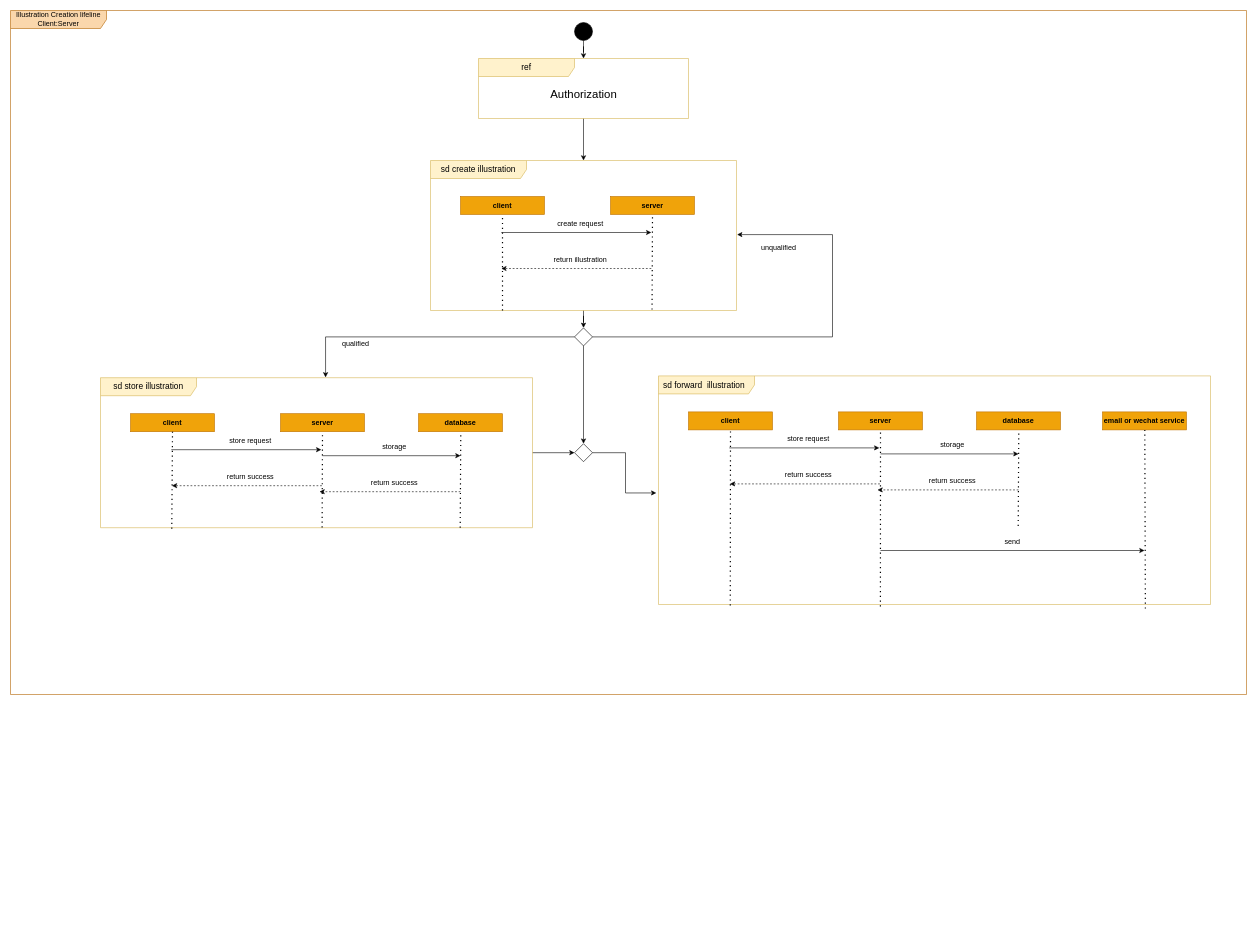
This is Documentation/Interaction Diagram/illustration creation ID.drawio from Darrenchenn/Model-based-software-design, a draw.io file, before an edit. Source tidied: cells renumbered, new cells numbered last; positions are measured from the earlier drawing's top-left corner, leaving out a move shared by most shapes. Both pictures are drawn from the tidied source at 60%, with x=0, y=0 at pixel (10, 10).
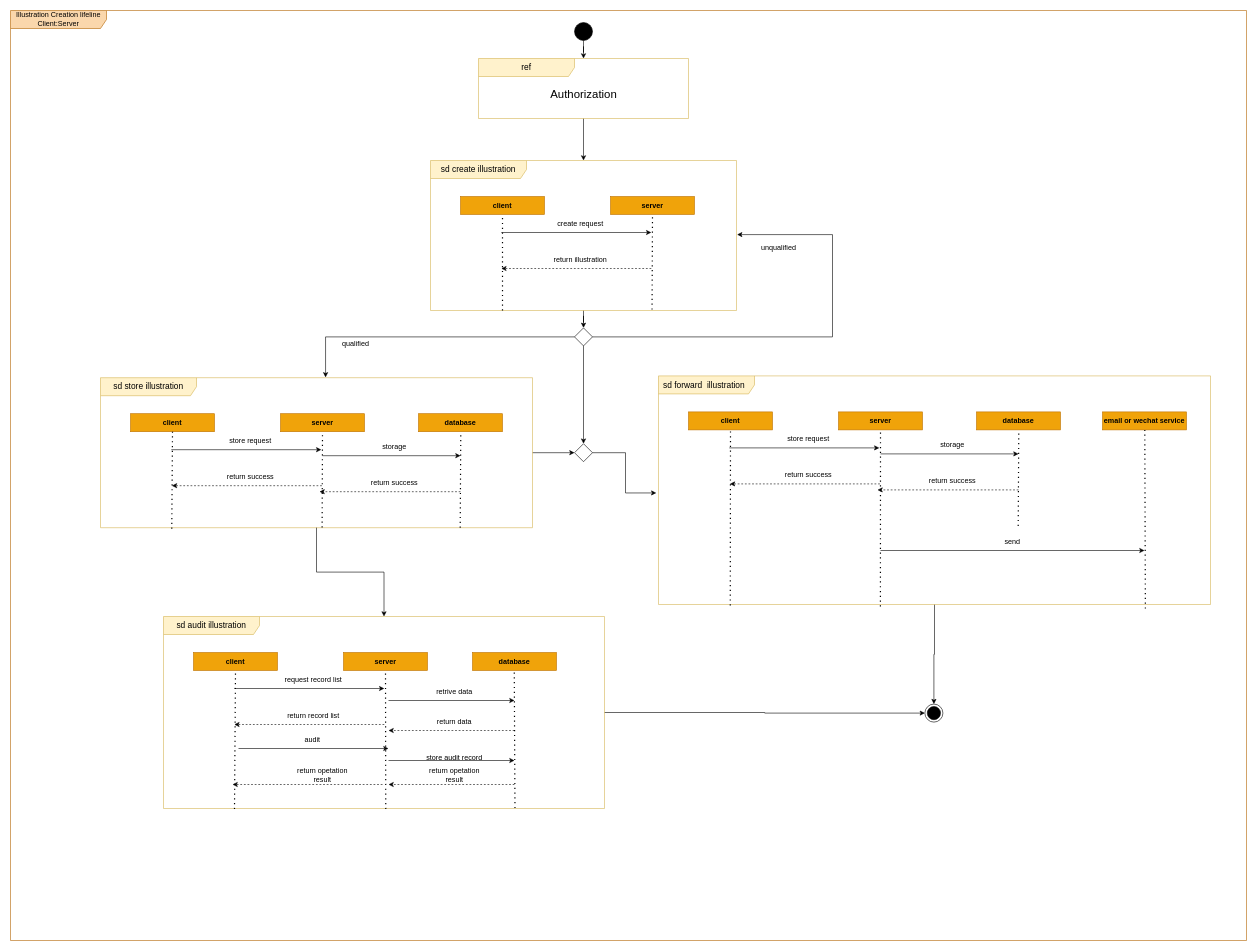
The same page after the edit.

Commit message:
add illustration creation interaction diagram

Unchanged cells that the change refers to:
```xml
<mxCell id="17" value="sd store illustration" style="shape=umlFrame;whiteSpace=wrap;html=1;width=160;fillColor=#fff2cc;strokeColor=#d6b656;swimlaneFillColor=none;fontSize=14;" parent="2" vertex="1">
  <mxGeometry x="150" y="612" width="720" height="250" as="geometry" />
</mxCell>
<mxCell id="36" value="sd forward&amp;nbsp; illustration&amp;nbsp;&amp;nbsp;" style="shape=umlFrame;whiteSpace=wrap;html=1;width=160;fillColor=#fff2cc;strokeColor=#d6b656;swimlaneFillColor=none;fontSize=14;" parent="2" vertex="1">
  <mxGeometry x="1080" y="609" width="920" height="381" as="geometry" />
</mxCell>
```

The edit, as a diff of the source:
```diff
@@
     <mxCell id="2" value="Illustration Creation&amp;nbsp;lifeline Client:Server" style="shape=umlFrame;whiteSpace=wrap;html=1;width=160;fillColor=#fad7ac;strokeColor=#b46504;" parent="1" vertex="1">
-      <mxGeometry width="2060" height="1140" as="geometry" />
+      <mxGeometry width="2060" height="1550" as="geometry" />
     </mxCell>
@@
+    <mxCell id="61" style="edgeStyle=orthogonalEdgeStyle;rounded=0;jettySize=auto;html=1;entryX=0.5;entryY=0;entryDx=0;entryDy=0;" parent="2" edge="1" source="36" target="86">
+      <mxGeometry relative="1" as="geometry" />
+    </mxCell>
@@
+    <mxCell id="62" style="edgeStyle=orthogonalEdgeStyle;rounded=0;jettySize=auto;html=1;entryX=0;entryY=0.5;entryDx=0;entryDy=0;" parent="2" edge="1" source="63" target="86">
+      <mxGeometry relative="1" as="geometry" />
+    </mxCell>
+    <mxCell id="63" value="sd audit illustration" style="shape=umlFrame;whiteSpace=wrap;html=1;width=160;fillColor=#fff2cc;strokeColor=#d6b656;swimlaneFillColor=none;fontSize=14;" parent="2" vertex="1">
+      <mxGeometry x="255" y="1010" width="735" height="320" as="geometry" />
+    </mxCell>
+    <mxCell id="64" value="client" style="fontStyle=1;whiteSpace=wrap;html=1;fillColor=#f0a30a;fontColor=#000000;strokeColor=#BD7000;" parent="63" vertex="1">
+      <mxGeometry x="50" y="60" width="140" height="30" as="geometry" />
+    </mxCell>
+    <mxCell id="65" value="server" style="fontStyle=1;whiteSpace=wrap;html=1;fillColor=#f0a30a;fontColor=#000000;strokeColor=#BD7000;" parent="63" vertex="1">
+      <mxGeometry x="300" y="60" width="140" height="30" as="geometry" />
+    </mxCell>
+    <mxCell id="66" style="endArrow=none;dashed=1;html=1;dashPattern=1 3;strokeWidth=2;rounded=0;entryX=0.5;entryY=1;entryDx=0;entryDy=0;exitX=0.161;exitY=1.003;exitDx=0;exitDy=0;exitPerimeter=0;" parent="63" edge="1" source="63" target="64">
+      <mxGeometry relative="1" as="geometry" />
+    </mxCell>
+    <mxCell id="67" style="endArrow=none;dashed=1;html=1;dashPattern=1 3;strokeWidth=2;rounded=0;exitX=0.504;exitY=1.003;exitDx=0;exitDy=0;exitPerimeter=0;entryX=0.5;entryY=1;entryDx=0;entryDy=0;" parent="63" edge="1" source="63" target="65">
+      <mxGeometry relative="1" as="geometry" />
+    </mxCell>
+    <mxCell id="68" value="request record list" style="text;html=1;strokeColor=none;fillColor=none;align=center;verticalAlign=middle;whiteSpace=wrap;rounded=0;" parent="63" vertex="1">
+      <mxGeometry x="200" y="90" width="100" height="30" as="geometry" />
+    </mxCell>
+    <mxCell id="69" value="return record list" style="text;html=1;strokeColor=none;fillColor=none;align=center;verticalAlign=middle;whiteSpace=wrap;rounded=0;" parent="63" vertex="1">
+      <mxGeometry x="200" y="150" width="100" height="30" as="geometry" />
+    </mxCell>
+    <mxCell id="70" value="database" style="fontStyle=1;whiteSpace=wrap;html=1;fillColor=#f0a30a;fontColor=#000000;strokeColor=#BD7000;" parent="63" vertex="1">
+      <mxGeometry x="515" y="60" width="140" height="30" as="geometry" />
+    </mxCell>
+    <mxCell id="71" style="endArrow=none;dashed=1;html=1;dashPattern=1 3;strokeWidth=2;rounded=0;entryX=0.5;entryY=1;entryDx=0;entryDy=0;exitX=0.797;exitY=0.998;exitDx=0;exitDy=0;exitPerimeter=0;" parent="63" edge="1" source="63">
+      <mxGeometry relative="1" as="geometry">
+        <mxPoint x="584.6" y="90" as="targetPoint" />
+      </mxGeometry>
+    </mxCell>
+    <mxCell id="72" style="endArrow=classic;html=1;rounded=0;" parent="63" edge="1">
+      <mxGeometry relative="1" as="geometry">
+        <mxPoint x="375" y="140" as="sourcePoint" />
+        <mxPoint x="585" y="140" as="targetPoint" />
+      </mxGeometry>
+    </mxCell>
+    <mxCell id="73" value="retrive data" style="text;html=1;strokeColor=none;fillColor=none;align=center;verticalAlign=middle;whiteSpace=wrap;rounded=0;" parent="63" vertex="1">
+      <mxGeometry x="435" y="110" width="100" height="30" as="geometry" />
+    </mxCell>
+    <mxCell id="74" value="return data" style="text;html=1;strokeColor=none;fillColor=none;align=center;verticalAlign=middle;whiteSpace=wrap;rounded=0;" parent="63" vertex="1">
+      <mxGeometry x="435" y="160" width="100" height="30" as="geometry" />
+    </mxCell>
+    <mxCell id="75" style="endArrow=classic;html=1;rounded=0;" parent="63" edge="1">
+      <mxGeometry relative="1" as="geometry">
+        <mxPoint x="125" y="220" as="sourcePoint" />
+        <mxPoint x="375" y="220" as="targetPoint" />
+      </mxGeometry>
+    </mxCell>
+    <mxCell id="76" value="audit&amp;nbsp;" style="text;html=1;strokeColor=none;fillColor=none;align=center;verticalAlign=middle;whiteSpace=wrap;rounded=0;" parent="63" vertex="1">
+      <mxGeometry x="200" y="190" width="100" height="30" as="geometry" />
+    </mxCell>
+    <mxCell id="77" style="endArrow=classic;html=1;rounded=0;" parent="63" edge="1">
+      <mxGeometry relative="1" as="geometry">
+        <mxPoint x="375" y="240" as="sourcePoint" />
+        <mxPoint x="585" y="240" as="targetPoint" />
+      </mxGeometry>
+    </mxCell>
+    <mxCell id="78" style="html=1;labelBackgroundColor=#ffffff;startArrow=none;startFill=0;startSize=6;endArrow=classic;endFill=1;endSize=6;jettySize=auto;orthogonalLoop=1;strokeWidth=1;dashed=1;fontSize=14;rounded=0;" parent="63" edge="1">
+      <mxGeometry relative="1" as="geometry">
+        <mxPoint x="585" y="280" as="sourcePoint" />
+        <mxPoint x="375" y="280" as="targetPoint" />
+      </mxGeometry>
+    </mxCell>
+    <mxCell id="79" value="store audit record" style="text;html=1;strokeColor=none;fillColor=none;align=center;verticalAlign=middle;whiteSpace=wrap;rounded=0;" parent="63" vertex="1">
+      <mxGeometry x="435" y="220" width="100" height="30" as="geometry" />
+    </mxCell>
+    <mxCell id="80" value="return opetation result" style="text;html=1;strokeColor=none;fillColor=none;align=center;verticalAlign=middle;whiteSpace=wrap;rounded=0;" parent="63" vertex="1">
+      <mxGeometry x="435" y="250" width="100" height="30" as="geometry" />
+    </mxCell>
+    <mxCell id="81" style="html=1;labelBackgroundColor=#ffffff;startArrow=none;startFill=0;startSize=6;endArrow=classic;endFill=1;endSize=6;jettySize=auto;orthogonalLoop=1;strokeWidth=1;dashed=1;fontSize=14;rounded=0;" parent="63" edge="1">
+      <mxGeometry relative="1" as="geometry">
+        <mxPoint x="365" y="280" as="sourcePoint" />
+        <mxPoint x="115" y="280" as="targetPoint" />
+      </mxGeometry>
+    </mxCell>
+    <mxCell id="82" value="return opetation result" style="text;html=1;strokeColor=none;fillColor=none;align=center;verticalAlign=middle;whiteSpace=wrap;rounded=0;" parent="63" vertex="1">
+      <mxGeometry x="215" y="250" width="100" height="30" as="geometry" />
+    </mxCell>
+    <mxCell id="83" style="endArrow=classic;html=1;rounded=0;" parent="2" edge="1">
+      <mxGeometry relative="1" as="geometry">
+        <mxPoint x="373" y="1130" as="sourcePoint" />
+        <mxPoint x="623" y="1130" as="targetPoint" />
+      </mxGeometry>
+    </mxCell>
+    <mxCell id="84" style="html=1;labelBackgroundColor=#ffffff;startArrow=none;startFill=0;startSize=6;endArrow=classic;endFill=1;endSize=6;jettySize=auto;orthogonalLoop=1;strokeWidth=1;dashed=1;fontSize=14;rounded=0;" parent="2" edge="1">
+      <mxGeometry relative="1" as="geometry">
+        <mxPoint x="623" y="1190" as="sourcePoint" />
+        <mxPoint x="373" y="1190" as="targetPoint" />
+      </mxGeometry>
+    </mxCell>
+    <mxCell id="85" style="edgeStyle=orthogonalEdgeStyle;rounded=0;jettySize=auto;html=1;entryX=0.5;entryY=0;entryDx=0;entryDy=0;entryPerimeter=0;" parent="2" edge="1" source="17" target="63">
+      <mxGeometry relative="1" as="geometry" />
+    </mxCell>
+    <mxCell id="86" style="ellipse;html=1;shape=endState;fillColor=strokeColor;" parent="2" vertex="1">
+      <mxGeometry x="1524" y="1156" width="30" height="30" as="geometry" />
+    </mxCell>
@@
+    <mxCell id="87" style="html=1;labelBackgroundColor=#ffffff;startArrow=none;startFill=0;startSize=6;endArrow=classic;endFill=1;endSize=6;jettySize=auto;orthogonalLoop=1;strokeWidth=1;dashed=1;fontSize=14;rounded=0;" parent="1" edge="1">
+      <mxGeometry relative="1" as="geometry">
+        <mxPoint x="840" y="1200" as="sourcePoint" />
+        <mxPoint x="630" y="1200" as="targetPoint" />
+      </mxGeometry>
+    </mxCell>
```
